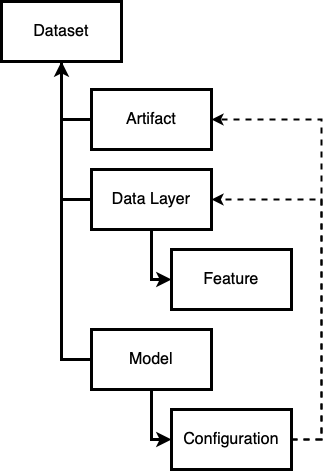
Earlier version of the draw.io export visuals/tdis-model-diagram.png (TexasDIS/metadata). Source tidied: cells renumbered, new cells last; positions are measured from the earlier drawing's top-left corner, leaving out a move shared by most shapes.
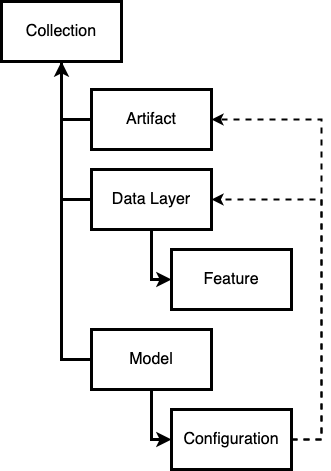
Later version of the same file.

Commit message:
update model diagram

Change to the diagram source:
```diff
@@ -11,7 +11,7 @@
     <mxCell id="4" style="edgeStyle=orthogonalEdgeStyle;rounded=0;jettySize=auto;html=1;exitX=0.5;exitY=1;exitDx=0;exitDy=0;entryX=0;entryY=0.5;entryDx=0;entryDy=0;strokeWidth=3;endArrow=none;endFill=0;" parent="1" edge="1" source="5" target="12">
       <mxGeometry relative="1" as="geometry" />
     </mxCell>
-    <mxCell id="5" value="&lt;font style=&quot;font-size: 16px&quot;&gt;Dataset&lt;/font&gt;" style="rounded=0;whiteSpace=wrap;html=1;strokeColor=#000000;strokeWidth=3;" parent="1" vertex="1">
+    <mxCell id="5" value="&lt;font style=&quot;font-size: 16px&quot;&gt;Collection&lt;/font&gt;" style="rounded=0;whiteSpace=wrap;html=1;strokeColor=#000000;strokeWidth=3;" parent="1" vertex="1">
       <mxGeometry width="120" height="60" as="geometry" />
     </mxCell>
     <mxCell id="6" value="&lt;font style=&quot;font-size: 16px&quot;&gt;Artifact&lt;/font&gt;" style="rounded=0;whiteSpace=wrap;html=1;strokeColor=#000000;strokeWidth=3;" parent="1" vertex="1">
```
